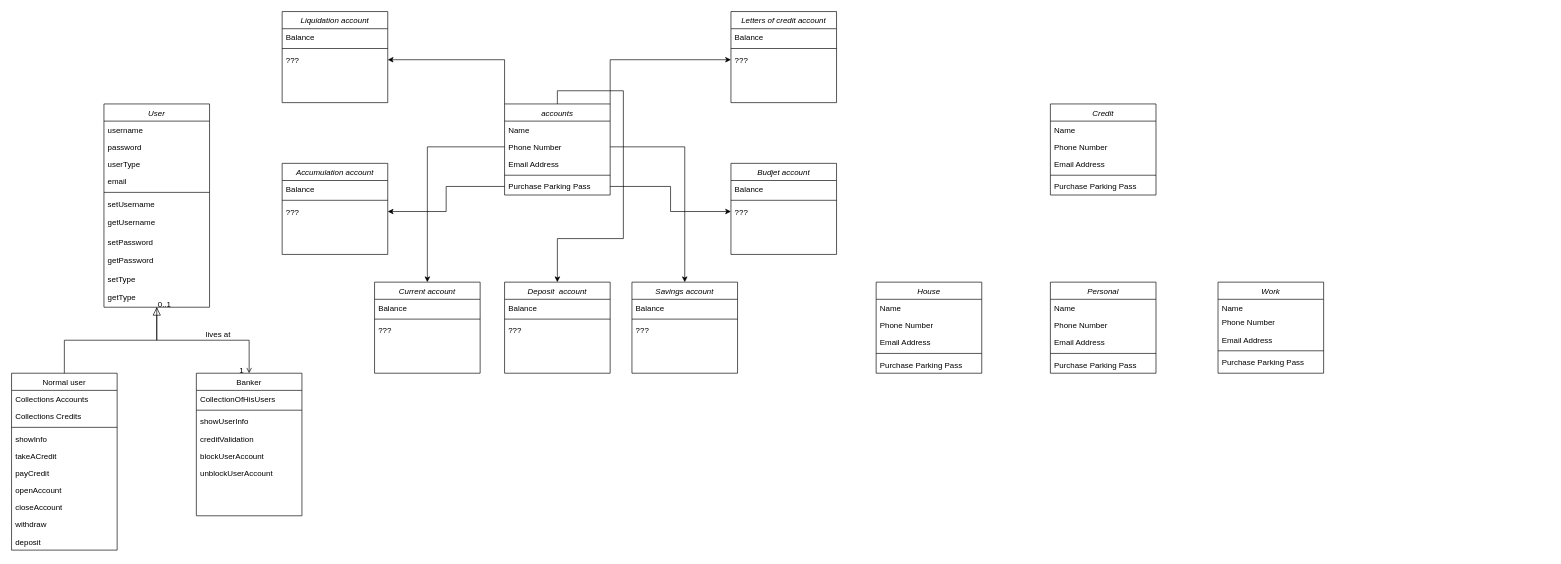
Nasko14/BasicBankSoftware keeps this draw.io diagram as BasicBankSoftwareDiagram.drawio. Above is the earlier version. Source tidied: cells renumbered, new cells numbered last; positions are measured from the earlier drawing's top-left corner, leaving out a move shared by most shapes. Both pictures are drawn from the tidied source at 66%, with x=0, y=0 at pixel (11, 11).
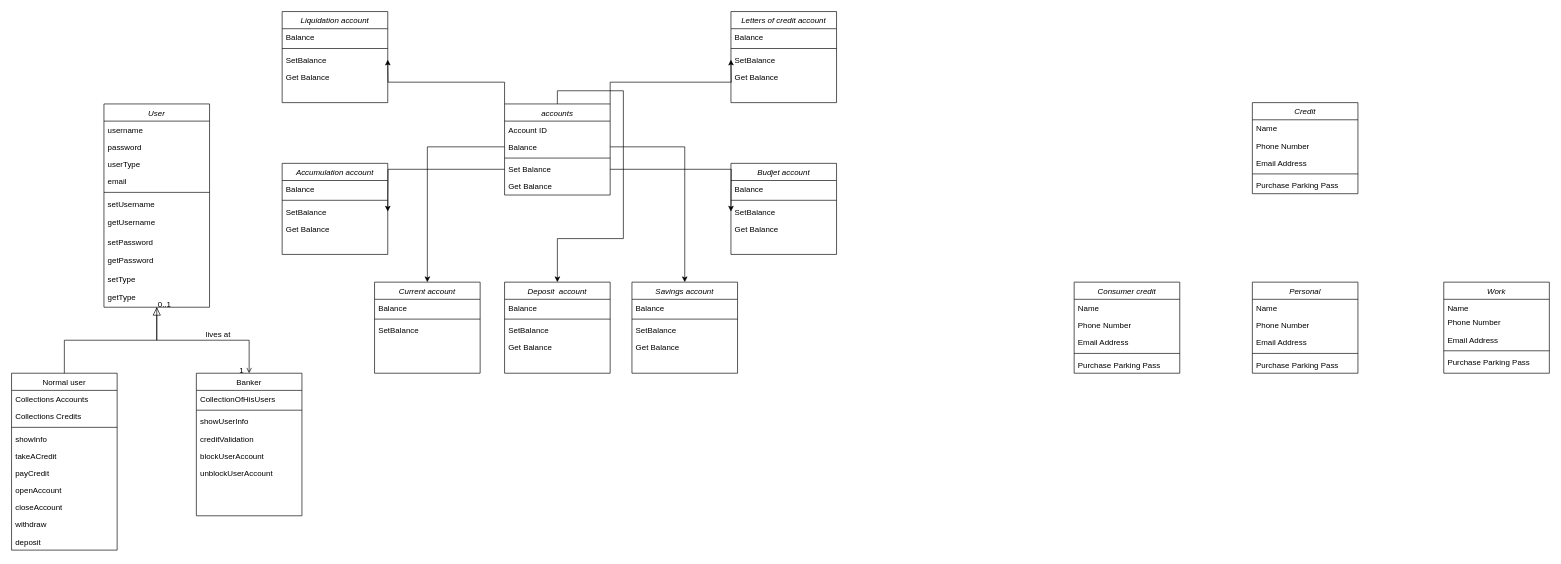
The same diagram, later.

Unchanged cells that the change refers to:
```xml
<mxCell id="40" value="accounts" style="swimlane;fontStyle=2;align=center;verticalAlign=top;horizontal=1;startSize=26;rounded=0;shadow=0;strokeWidth=1;" parent="1" vertex="1">
  <mxGeometry x="747" y="140" width="160" height="138" as="geometry" />
</mxCell>
<mxCell id="46" value="Current account" style="swimlane;fontStyle=2;align=center;verticalAlign=top;horizontal=1;startSize=26;rounded=0;shadow=0;strokeWidth=1;" parent="1" vertex="1">
  <mxGeometry x="550" y="410" width="160" height="138" as="geometry" />
</mxCell>
<mxCell id="50" value="Deposit  account" style="swimlane;fontStyle=2;align=center;verticalAlign=top;horizontal=1;startSize=26;rounded=0;shadow=0;strokeWidth=1;" parent="1" vertex="1">
  <mxGeometry x="747" y="410" width="160" height="138" as="geometry" />
</mxCell>
<mxCell id="54" value="Savings account" style="swimlane;fontStyle=2;align=center;verticalAlign=top;horizontal=1;startSize=26;rounded=0;shadow=0;strokeWidth=1;" parent="1" vertex="1">
  <mxGeometry x="940" y="410" width="160" height="138" as="geometry" />
</mxCell>
<mxCell id="82" value="Budjet account" style="swimlane;fontStyle=2;align=center;verticalAlign=top;horizontal=1;startSize=26;rounded=0;shadow=0;strokeWidth=1;" parent="1" vertex="1">
  <mxGeometry x="1090" y="230" width="160" height="138" as="geometry" />
</mxCell>
<mxCell id="86" value="Accumulation account" style="swimlane;fontStyle=2;align=center;verticalAlign=top;horizontal=1;startSize=26;rounded=0;shadow=0;strokeWidth=1;" parent="1" vertex="1">
  <mxGeometry x="410" y="230" width="160" height="138" as="geometry" />
</mxCell>
<mxCell id="90" value="Liquidation account" style="swimlane;fontStyle=2;align=center;verticalAlign=top;horizontal=1;startSize=26;rounded=0;shadow=0;strokeWidth=1;" parent="1" vertex="1">
  <mxGeometry x="410" width="160" height="138" as="geometry" />
</mxCell>
<mxCell id="94" value="Letters of credit account" style="swimlane;fontStyle=2;align=center;verticalAlign=top;horizontal=1;startSize=26;rounded=0;shadow=0;strokeWidth=1;fontSize=12;" parent="1" vertex="1">
  <mxGeometry x="1090" width="160" height="138" as="geometry" />
</mxCell>
```

What changed in the source:
```diff
@@
-    <mxCell id="37" style="edgeStyle=orthogonalEdgeStyle;rounded=0;jettySize=auto;html=1;exitX=1;exitY=0;exitDx=0;exitDy=0;entryX=0;entryY=0.5;entryDx=0;entryDy=0;fontSize=12;" parent="1" edge="1" source="40" target="97">
-      <mxGeometry relative="1" as="geometry" />
+    <mxCell id="37" style="edgeStyle=orthogonalEdgeStyle;rounded=0;jettySize=auto;html=1;exitX=1;exitY=0;exitDx=0;exitDy=0;entryX=0;entryY=0.5;entryDx=0;entryDy=0;fontSize=12;" parent="1" edge="1" source="40">
+      <mxGeometry relative="1" as="geometry">
+        <mxPoint x="1090" y="73" as="targetPoint" />
+      </mxGeometry>
     </mxCell>
-    <mxCell id="38" style="edgeStyle=orthogonalEdgeStyle;rounded=0;jettySize=auto;html=1;exitX=0;exitY=0;exitDx=0;exitDy=0;entryX=1;entryY=0.5;entryDx=0;entryDy=0;fontSize=12;" parent="1" edge="1" source="40" target="93">
-      <mxGeometry relative="1" as="geometry" />
+    <mxCell id="38" style="edgeStyle=orthogonalEdgeStyle;rounded=0;jettySize=auto;html=1;exitX=0;exitY=0;exitDx=0;exitDy=0;entryX=1;entryY=0.5;entryDx=0;entryDy=0;fontSize=12;" parent="1" edge="1" source="40">
+      <mxGeometry relative="1" as="geometry">
+        <mxPoint x="570" y="73" as="targetPoint" />
+      </mxGeometry>
     </mxCell>
@@
-    <mxCell id="41" value="Name" style="text;align=left;verticalAlign=top;spacingLeft=4;spacingRight=4;overflow=hidden;" parent="40" vertex="1">
+    <mxCell id="41" value="Account ID" style="text;align=left;verticalAlign=top;spacingLeft=4;spacingRight=4;overflow=hidden;" parent="40" vertex="1">
       <mxGeometry y="26" width="160" height="26" as="geometry" />
     </mxCell>
-    <mxCell id="42" value="Phone Number" style="text;align=left;verticalAlign=top;spacingLeft=4;spacingRight=4;overflow=hidden;points=[[0,0.5],[1,0.5]];portConstraint=eastwest;rounded=0;shadow=0;html=0;" parent="40" vertex="1">
+    <mxCell id="42" value="Balance" style="text;align=left;verticalAlign=top;spacingLeft=4;spacingRight=4;overflow=hidden;points=[[0,0.5],[1,0.5]];portConstraint=eastwest;rounded=0;shadow=0;html=0;" parent="40" vertex="1">
       <mxGeometry y="52" width="160" height="26" as="geometry" />
     </mxCell>
-    <mxCell id="43" value="Email Address" style="text;align=left;verticalAlign=top;spacingLeft=4;spacingRight=4;overflow=hidden;rounded=0;shadow=0;html=0;" parent="40" vertex="1">
-      <mxGeometry y="78" width="160" height="26" as="geometry" />
-    </mxCell>
     <mxCell id="44" style="line;html=1;strokeWidth=1;align=left;verticalAlign=middle;spacingTop=-1;spacingLeft=3;spacingRight=3;labelPosition=right;" parent="40" vertex="1">
-      <mxGeometry y="104" width="160" height="8" as="geometry" />
+      <mxGeometry y="78" width="160" height="8" as="geometry" />
     </mxCell>
-    <mxCell id="45" value="Purchase Parking Pass" style="text;align=left;verticalAlign=top;spacingLeft=4;spacingRight=4;overflow=hidden;points=[[0,0.5],[1,0.5]];portConstraint=eastwest;" parent="40" vertex="1">
-      <mxGeometry y="112" width="160" height="26" as="geometry" />
+    <mxCell id="45" value="Set Balance" style="text;align=left;verticalAlign=top;spacingLeft=4;spacingRight=4;overflow=hidden;points=[[0,0.5],[1,0.5]];portConstraint=eastwest;" parent="40" vertex="1">
+      <mxGeometry y="86" width="160" height="26" as="geometry" />
     </mxCell>
+    <mxCell id="102" value="Get Balance" style="text;align=left;verticalAlign=top;spacingLeft=4;spacingRight=4;overflow=hidden;" parent="40" vertex="1">
+      <mxGeometry y="112" width="160" height="26" as="geometry" />
+    </mxCell>
@@
-    <mxCell id="49" value="???" style="text;align=left;verticalAlign=top;spacingLeft=4;spacingRight=4;overflow=hidden;" parent="46" vertex="1">
-      <mxGeometry y="60" width="160" height="26" as="geometry" />
-    </mxCell>
+    <mxCell id="103" value="SetBalance" style="text;align=left;verticalAlign=top;spacingLeft=4;spacingRight=4;overflow=hidden;" parent="46" vertex="1">
+      <mxGeometry y="60" width="160" height="26" as="geometry" />
+    </mxCell>
@@
-    <mxCell id="53" value="???" style="text;align=left;verticalAlign=top;spacingLeft=4;spacingRight=4;overflow=hidden;" parent="50" vertex="1">
+    <mxCell id="53" value="SetBalance" style="text;align=left;verticalAlign=top;spacingLeft=4;spacingRight=4;overflow=hidden;" parent="50" vertex="1">
       <mxGeometry y="60" width="160" height="26" as="geometry" />
     </mxCell>
+    <mxCell id="104" value="Get Balance" style="text;align=left;verticalAlign=top;spacingLeft=4;spacingRight=4;overflow=hidden;" parent="50" vertex="1">
+      <mxGeometry y="86" width="160" height="26" as="geometry" />
+    </mxCell>
@@
-    <mxCell id="57" value="???" style="text;align=left;verticalAlign=top;spacingLeft=4;spacingRight=4;overflow=hidden;" parent="54" vertex="1">
-      <mxGeometry y="60" width="160" height="26" as="geometry" />
-    </mxCell>
+    <mxCell id="105" value="SetBalance" style="text;align=left;verticalAlign=top;spacingLeft=4;spacingRight=4;overflow=hidden;" parent="54" vertex="1">
+      <mxGeometry y="60" width="160" height="26" as="geometry" />
+    </mxCell>
+    <mxCell id="106" value="Get Balance" style="text;align=left;verticalAlign=top;spacingLeft=4;spacingRight=4;overflow=hidden;" parent="54" vertex="1">
+      <mxGeometry y="86" width="160" height="26" as="geometry" />
+    </mxCell>
     <mxCell id="58" value="Credit&#10;" style="swimlane;fontStyle=2;align=center;verticalAlign=top;horizontal=1;startSize=26;rounded=0;shadow=0;strokeWidth=1;" parent="1" vertex="1">
-      <mxGeometry x="1574" y="140" width="160" height="138" as="geometry" />
+      <mxGeometry x="1880" y="138" width="160" height="138" as="geometry" />
     </mxCell>
@@
-    <mxCell id="64" value="House" style="swimlane;fontStyle=2;align=center;verticalAlign=top;horizontal=1;startSize=26;rounded=0;shadow=0;strokeWidth=1;" parent="1" vertex="1">
-      <mxGeometry x="1310" y="410" width="160" height="138" as="geometry" />
+    <mxCell id="64" value="Consumer credit" style="swimlane;fontStyle=2;align=center;verticalAlign=top;horizontal=1;startSize=26;rounded=0;shadow=0;strokeWidth=1;" parent="1" vertex="1">
+      <mxGeometry x="1610" y="410" width="160" height="138" as="geometry" />
     </mxCell>
@@
     <mxCell id="70" value="Personal" style="swimlane;fontStyle=2;align=center;verticalAlign=top;horizontal=1;startSize=26;rounded=0;shadow=0;strokeWidth=1;" parent="1" vertex="1">
-      <mxGeometry x="1574" y="410" width="160" height="138" as="geometry" />
+      <mxGeometry x="1880" y="410" width="160" height="138" as="geometry" />
     </mxCell>
@@
     <mxCell id="76" value="Work" style="swimlane;fontStyle=2;align=center;verticalAlign=top;horizontal=1;startSize=26;rounded=0;shadow=0;strokeWidth=1;" parent="1" vertex="1">
-      <mxGeometry x="1828" y="410" width="160" height="138" as="geometry" />
+      <mxGeometry x="2170" y="410" width="160" height="138" as="geometry" />
     </mxCell>
@@
-    <mxCell id="85" value="???" style="text;align=left;verticalAlign=top;spacingLeft=4;spacingRight=4;overflow=hidden;points=[[0,0.5],[1,0.5]];portConstraint=eastwest;" parent="82" vertex="1">
-      <mxGeometry y="60" width="160" height="26" as="geometry" />
-    </mxCell>
+    <mxCell id="107" value="SetBalance" style="text;align=left;verticalAlign=top;spacingLeft=4;spacingRight=4;overflow=hidden;" parent="82" vertex="1">
+      <mxGeometry y="60" width="160" height="26" as="geometry" />
+    </mxCell>
+    <mxCell id="108" value="Get Balance" style="text;align=left;verticalAlign=top;spacingLeft=4;spacingRight=4;overflow=hidden;" parent="82" vertex="1">
+      <mxGeometry y="86" width="160" height="30" as="geometry" />
+    </mxCell>
@@
-    <mxCell id="89" value="???" style="text;align=left;verticalAlign=top;spacingLeft=4;spacingRight=4;overflow=hidden;points=[[0,0.5],[1,0.5]];portConstraint=eastwest;" parent="86" vertex="1">
-      <mxGeometry y="60" width="160" height="26" as="geometry" />
-    </mxCell>
+    <mxCell id="109" value="SetBalance" style="text;align=left;verticalAlign=top;spacingLeft=4;spacingRight=4;overflow=hidden;" parent="86" vertex="1">
+      <mxGeometry y="60" width="160" height="26" as="geometry" />
+    </mxCell>
+    <mxCell id="110" value="Get Balance" style="text;align=left;verticalAlign=top;spacingLeft=4;spacingRight=4;overflow=hidden;" parent="86" vertex="1">
+      <mxGeometry y="86" width="160" height="26" as="geometry" />
+    </mxCell>
@@
-    <mxCell id="93" value="???" style="text;align=left;verticalAlign=top;spacingLeft=4;spacingRight=4;overflow=hidden;points=[[0,0.5],[1,0.5]];portConstraint=eastwest;" parent="90" vertex="1">
-      <mxGeometry y="60" width="160" height="26" as="geometry" />
-    </mxCell>
+    <mxCell id="111" value="SetBalance" style="text;align=left;verticalAlign=top;spacingLeft=4;spacingRight=4;overflow=hidden;" parent="90" vertex="1">
+      <mxGeometry y="60" width="160" height="26" as="geometry" />
+    </mxCell>
+    <mxCell id="112" value="Get Balance" style="text;align=left;verticalAlign=top;spacingLeft=4;spacingRight=4;overflow=hidden;" parent="90" vertex="1">
+      <mxGeometry y="86" width="160" height="26" as="geometry" />
+    </mxCell>
@@
-    <mxCell id="97" value="???" style="text;align=left;verticalAlign=top;spacingLeft=4;spacingRight=4;overflow=hidden;points=[[0,0.5],[1,0.5]];portConstraint=eastwest;" parent="94" vertex="1">
-      <mxGeometry y="60" width="160" height="26" as="geometry" />
-    </mxCell>
+    <mxCell id="113" value="SetBalance" style="text;align=left;verticalAlign=top;spacingLeft=4;spacingRight=4;overflow=hidden;" parent="94" vertex="1">
+      <mxGeometry y="60" width="160" height="26" as="geometry" />
+    </mxCell>
+    <mxCell id="114" value="Get Balance" style="text;align=left;verticalAlign=top;spacingLeft=4;spacingRight=4;overflow=hidden;" parent="94" vertex="1">
+      <mxGeometry y="86" width="160" height="26" as="geometry" />
+    </mxCell>
-    <mxCell id="98" style="edgeStyle=orthogonalEdgeStyle;rounded=0;jettySize=auto;html=1;exitX=1;exitY=0.5;exitDx=0;exitDy=0;entryX=0;entryY=0.5;entryDx=0;entryDy=0;fontSize=12;" parent="1" edge="1" source="45" target="85">
-      <mxGeometry relative="1" as="geometry" />
+    <mxCell id="98" style="edgeStyle=orthogonalEdgeStyle;rounded=0;jettySize=auto;html=1;exitX=1;exitY=0.5;exitDx=0;exitDy=0;entryX=0;entryY=0.5;entryDx=0;entryDy=0;fontSize=12;" parent="1" edge="1" source="45">
+      <mxGeometry relative="1" as="geometry">
+        <mxPoint x="1090" y="303" as="targetPoint" />
+      </mxGeometry>
     </mxCell>
-    <mxCell id="99" style="edgeStyle=orthogonalEdgeStyle;rounded=0;jettySize=auto;html=1;exitX=0;exitY=0.5;exitDx=0;exitDy=0;entryX=1;entryY=0.5;entryDx=0;entryDy=0;fontSize=12;" parent="1" edge="1" source="45" target="89">
-      <mxGeometry relative="1" as="geometry" />
+    <mxCell id="99" style="edgeStyle=orthogonalEdgeStyle;rounded=0;jettySize=auto;html=1;exitX=0;exitY=0.5;exitDx=0;exitDy=0;entryX=1;entryY=0.5;entryDx=0;entryDy=0;fontSize=12;" parent="1" edge="1" source="45">
+      <mxGeometry relative="1" as="geometry">
+        <mxPoint x="570" y="303" as="targetPoint" />
+      </mxGeometry>
     </mxCell>
```
